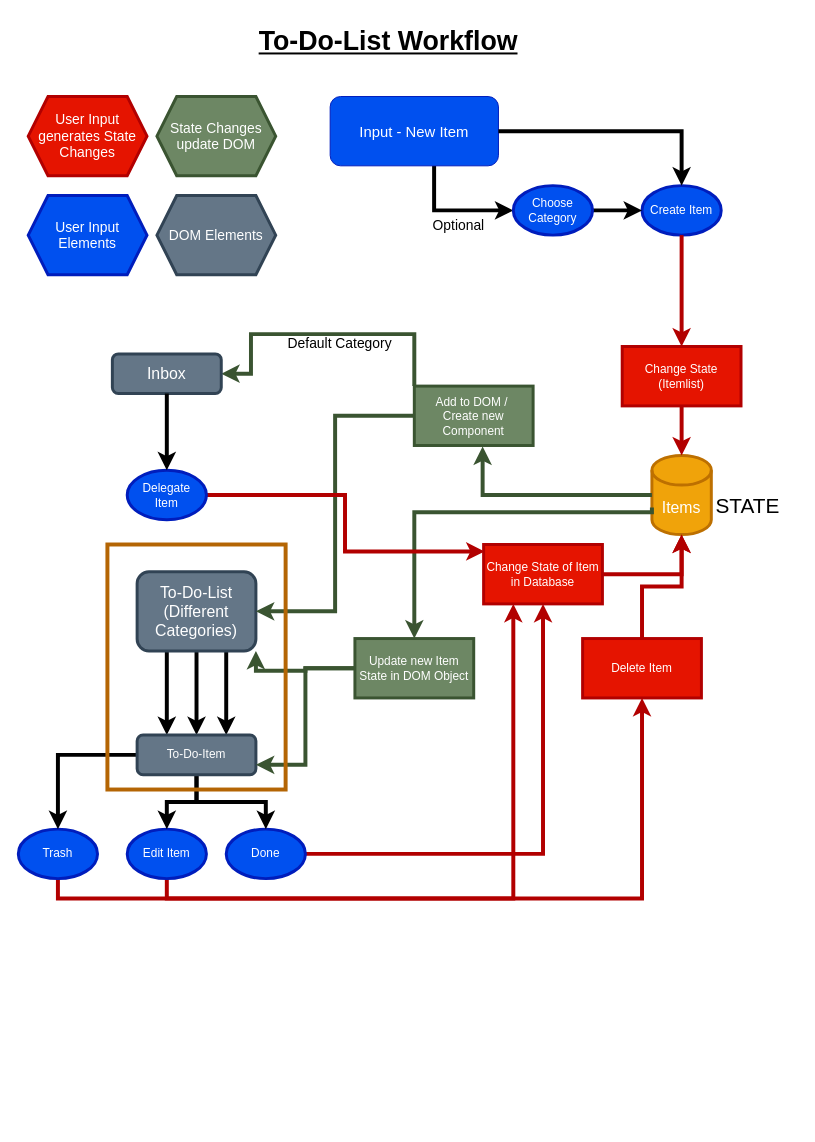
Above: To-Do-Workflow.drawio in Joshchae/todolist03 (draw.io), before the change. Source tidied: cells renumbered, new cells numbered last; positions are measured from the earlier drawing's top-left corner, leaving out a move shared by most shapes. Both pictures are drawn from the tidied source at 99%, with x=0, y=0 at pixel (18, 17).
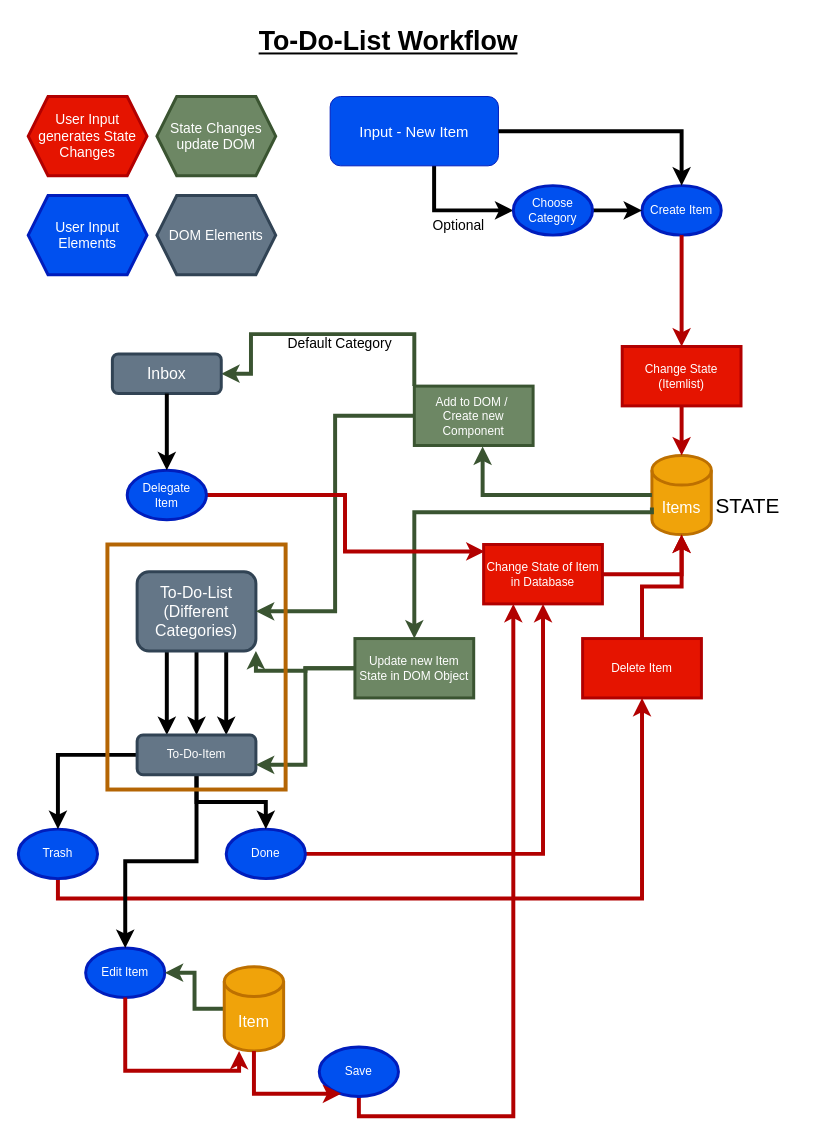
After the change.

The change refers to these unchanged cells:
```xml
<mxCell id="33" value="Change State of Item&lt;br&gt;in Database" style="rounded=0;whiteSpace=wrap;html=1;strokeWidth=3;fillColor=#e51400;strokeColor=#B20000;fontColor=#ffffff;" parent="1" vertex="1">
  <mxGeometry x="470" y="532.5" width="120" height="60" as="geometry" />
</mxCell>
```

Diff of the diagram source:
```diff
@@
-    <mxCell id="12" style="edgeStyle=orthogonalEdgeStyle;rounded=0;jettySize=auto;html=1;exitX=0.5;exitY=1;exitDx=0;exitDy=0;entryX=0.25;entryY=1;entryDx=0;entryDy=0;fillColor=#e51400;strokeColor=#B20000;strokeWidth=4;" parent="1" edge="1" source="13" target="33">
+    <mxCell id="12" style="edgeStyle=orthogonalEdgeStyle;rounded=0;jettySize=auto;html=1;exitX=0.5;exitY=1;exitDx=0;exitDy=0;entryX=0.25;entryY=1;entryDx=0;entryDy=0;fillColor=#e51400;strokeColor=#B20000;strokeWidth=4;" parent="1" edge="1" source="54" target="33">
       <mxGeometry relative="1" as="geometry" />
     </mxCell>
     <mxCell id="13" value="Edit Item" style="ellipse;whiteSpace=wrap;html=1;strokeWidth=3;fillColor=#0050ef;strokeColor=#001DBC;fontColor=#ffffff;" parent="1" vertex="1">
-      <mxGeometry x="110" y="820" width="80" height="50" as="geometry" />
+      <mxGeometry x="68" y="940" width="80" height="50" as="geometry" />
     </mxCell>
@@
+    <mxCell id="51" style="edgeStyle=orthogonalEdgeStyle;rounded=0;jettySize=auto;html=1;entryX=1;entryY=0.5;entryDx=0;entryDy=0;fillColor=#6d8764;strokeColor=#3A5431;strokeWidth=4;" parent="1" edge="1" source="52" target="13">
+      <mxGeometry relative="1" as="geometry" />
+    </mxCell>
+    <mxCell id="52" value="&lt;font style=&quot;font-size: 16px&quot;&gt;Item&lt;/font&gt;" style="shape=cylinder3;whiteSpace=wrap;html=1;boundedLbl=1;backgroundOutline=1;size=15;fillColor=#f0a30a;strokeColor=#BD7000;fontColor=#ffffff;strokeWidth=3;" parent="1" vertex="1">
+      <mxGeometry x="208" y="959" width="60" height="85" as="geometry" />
+    </mxCell>
+    <mxCell id="53" style="edgeStyle=orthogonalEdgeStyle;rounded=0;jettySize=auto;html=1;exitX=0.5;exitY=1;exitDx=0;exitDy=0;entryX=0.25;entryY=1;entryDx=0;entryDy=0;fillColor=#e51400;strokeColor=#B20000;strokeWidth=4;" parent="1" edge="1" source="13" target="52">
+      <mxGeometry relative="1" as="geometry" />
+    </mxCell>
+    <mxCell id="54" value="Save" style="ellipse;whiteSpace=wrap;html=1;strokeWidth=3;fillColor=#0050ef;strokeColor=#001DBC;fontColor=#ffffff;" parent="1" vertex="1">
+      <mxGeometry x="304" y="1040" width="80" height="50" as="geometry" />
+    </mxCell>
+    <mxCell id="55" style="edgeStyle=orthogonalEdgeStyle;rounded=0;jettySize=auto;html=1;exitX=0.5;exitY=1;exitDx=0;exitDy=0;entryX=0.25;entryY=1;entryDx=0;entryDy=0;fillColor=#e51400;strokeColor=#B20000;strokeWidth=4;" parent="1" edge="1" source="52" target="54">
+      <mxGeometry relative="1" as="geometry" />
+    </mxCell>
```
